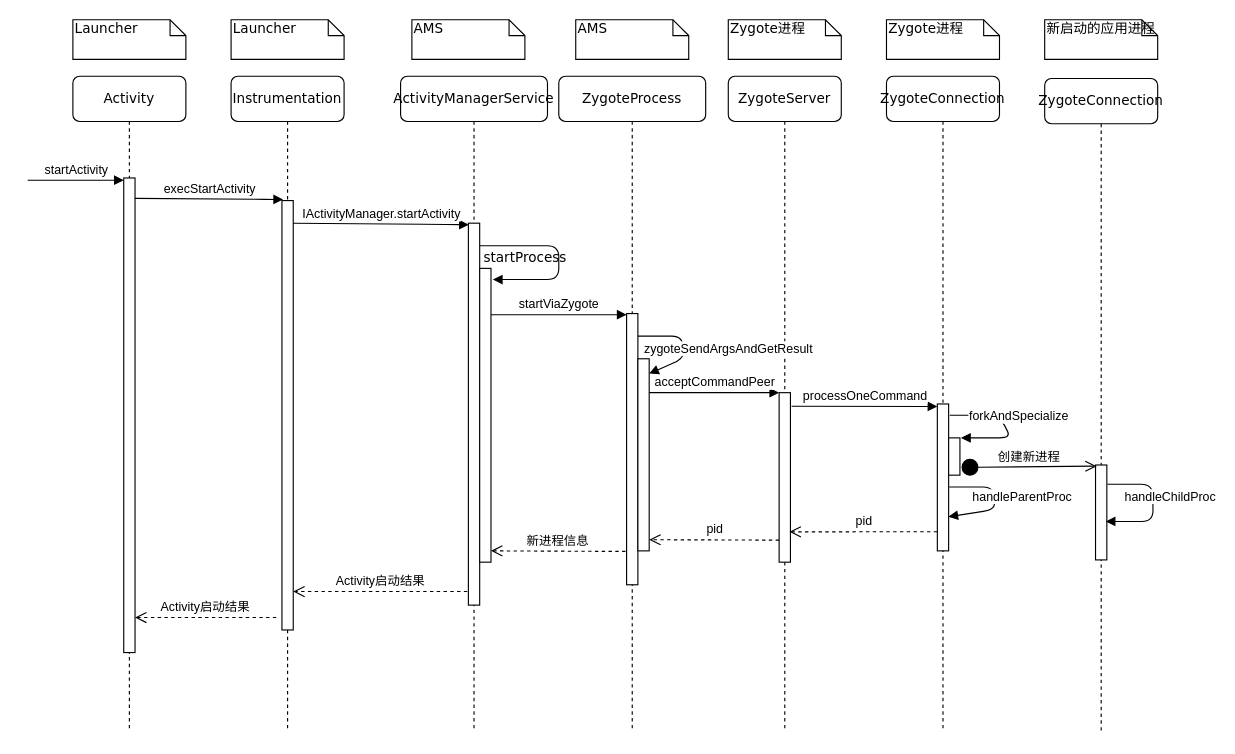
january147/Graduation_Project keeps this draw.io diagram as thesis/figure_intermediate/app_start.drawio. Above is the earlier version. Source tidied: cells renumbered, new cells numbered last; positions are measured from the earlier drawing's top-left corner, leaving out a move shared by most shapes. Both pictures are drawn from the tidied source at 113%, with x=0, y=0 at pixel (27, 19).
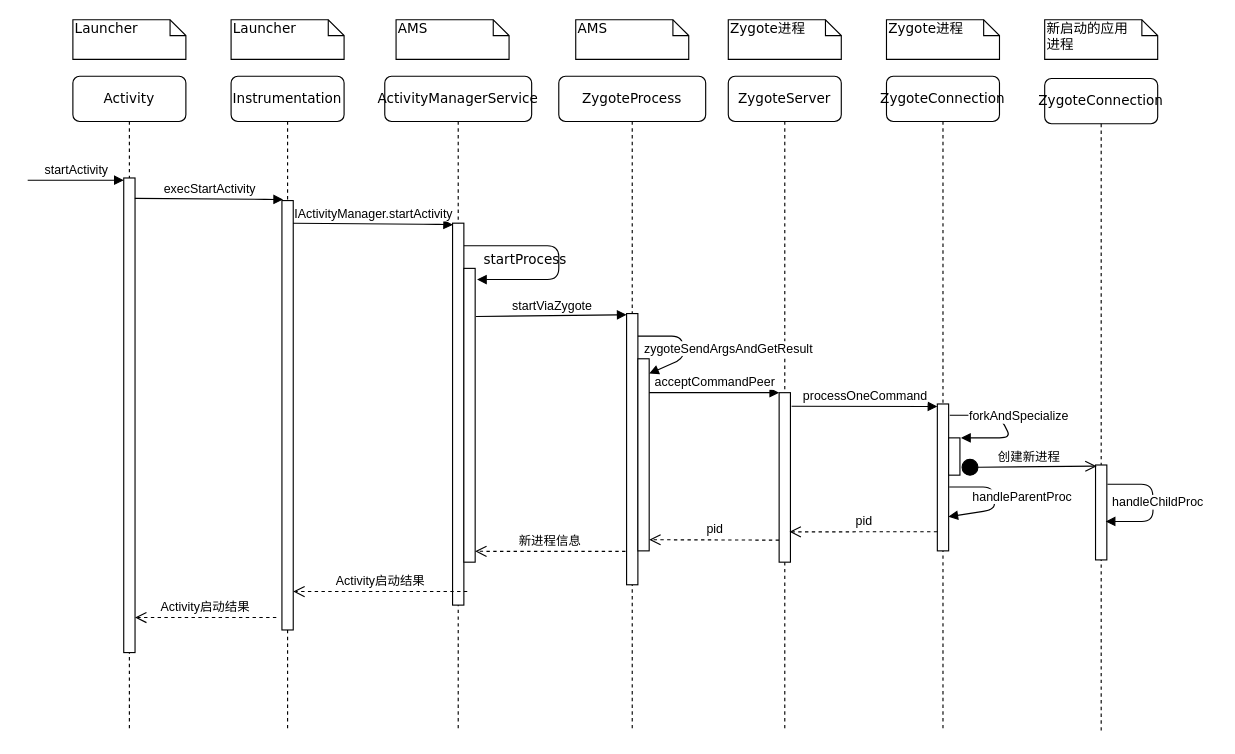
After the change.

The change refers to these unchanged cells:
```xml
<mxCell id="12" style="html=1;points=[];perimeter=orthogonalPerimeter;rounded=0;shadow=0;comic=0;labelBackgroundColor=none;strokeColor=#000000;strokeWidth=1;fillColor=#FFFFFF;fontFamily=Verdana;fontSize=12;fontColor=#000000;align=center;" parent="11" vertex="1">
  <mxGeometry x="45" y="342" width="10" height="84" as="geometry" />
</mxCell>
```

What changed in the source:
```diff
@@
     <mxCell id="4" value="ActivityManagerService" style="shape=umlLifeline;perimeter=lifelinePerimeter;whiteSpace=wrap;html=1;rounded=1;shadow=0;comic=0;labelBackgroundColor=none;strokeColor=#000000;strokeWidth=1;fillColor=#FFFFFF;fontFamily=Verdana;fontSize=12;fontColor=#000000;align=center;" parent="1" vertex="1">
-      <mxGeometry x="330" y="50" width="130" height="580" as="geometry" />
+      <mxGeometry x="316" y="50" width="130" height="580" as="geometry" />
     </mxCell>
@@
     <mxCell id="19" value="AMS" style="shape=note;whiteSpace=wrap;html=1;size=14;verticalAlign=top;align=left;spacingTop=-6;rounded=0;shadow=0;comic=0;labelBackgroundColor=none;strokeColor=#000000;strokeWidth=1;fillColor=#FFFFFF;fontFamily=Verdana;fontSize=12;fontColor=#000000;" parent="1" vertex="1">
-      <mxGeometry x="340" width="100" height="35" as="geometry" />
+      <mxGeometry x="326" width="100" height="35" as="geometry" />
     </mxCell>
@@
-    <mxCell id="22" value="新启动的应用进程" style="shape=note;whiteSpace=wrap;html=1;size=14;verticalAlign=top;align=left;spacingTop=-6;rounded=0;shadow=0;comic=0;labelBackgroundColor=none;strokeColor=#000000;strokeWidth=1;fillColor=#FFFFFF;fontFamily=Verdana;fontSize=12;fontColor=#000000;" parent="1" vertex="1">
+    <mxCell id="22" value="新启动的应用&lt;div&gt;进程&lt;/div&gt;" style="shape=note;whiteSpace=wrap;html=1;size=14;verticalAlign=top;align=left;spacingTop=-6;rounded=0;shadow=0;comic=0;labelBackgroundColor=none;strokeColor=#000000;strokeWidth=1;fillColor=#FFFFFF;fontFamily=Verdana;fontSize=12;fontColor=#000000;" parent="1" vertex="1">
       <mxGeometry x="900" width="100" height="35" as="geometry" />
     </mxCell>
@@
     <mxCell id="26" style="html=1;points=[];perimeter=orthogonalPerimeter;rounded=0;shadow=0;comic=0;labelBackgroundColor=none;strokeColor=#000000;strokeWidth=1;fillColor=#FFFFFF;fontFamily=Verdana;fontSize=12;fontColor=#000000;align=center;" parent="1" vertex="1">
-      <mxGeometry x="400" y="220" width="10" height="260" as="geometry" />
+      <mxGeometry x="386" y="220" width="10" height="260" as="geometry" />
     </mxCell>
-    <mxCell id="27" value="startViaZygote" style="html=1;verticalAlign=bottom;endArrow=block;" parent="1" edge="1">
+    <mxCell id="27" value="startViaZygote" style="html=1;verticalAlign=bottom;endArrow=block;exitX=1.066;exitY=0.164;exitPerimeter=0;" parent="1" edge="1" source="26">
       <mxGeometry relative="1" as="geometry">
-        <mxPoint x="410" y="261" as="sourcePoint" />
         <mxPoint x="530" y="261" as="targetPoint" />
       </mxGeometry>
     </mxCell>
@@
-    <mxCell id="29" value="新进程信息" style="html=1;verticalAlign=bottom;endArrow=open;dashed=1;endSize=8;" parent="1" edge="1">
+    <mxCell id="29" value="新进程信息" style="html=1;verticalAlign=bottom;endArrow=open;dashed=1;endSize=8;entryX=0.997;entryY=0.963;entryPerimeter=0;" parent="1" edge="1" target="26">
       <mxGeometry relative="1" as="geometry">
         <mxPoint x="529" y="470.5" as="sourcePoint" />
-        <mxPoint x="410" y="470" as="targetPoint" />
       </mxGeometry>
     </mxCell>
@@
     <mxCell id="36" value="&lt;div&gt;&lt;span&gt;handleChildProc&lt;/span&gt;&lt;/div&gt;" style="html=1;verticalAlign=bottom;endArrow=block;entryX=0.9;entryY=0.595;entryDx=0;entryDy=0;entryPerimeter=0;" parent="1" edge="1" target="12">
-      <mxGeometry x="-0.12" y="-17" relative="1" as="geometry">
+      <mxGeometry x="0.13" y="4" relative="1" as="geometry">
         <mxPoint x="955.5" y="411" as="sourcePoint" />
         <Array as="points">
           <mxPoint x="995.5" y="411" />
           <mxPoint x="996" y="444" />
         </Array>
-        <mxPoint x="32" y="9" as="offset" />
       </mxGeometry>
     </mxCell>
```
